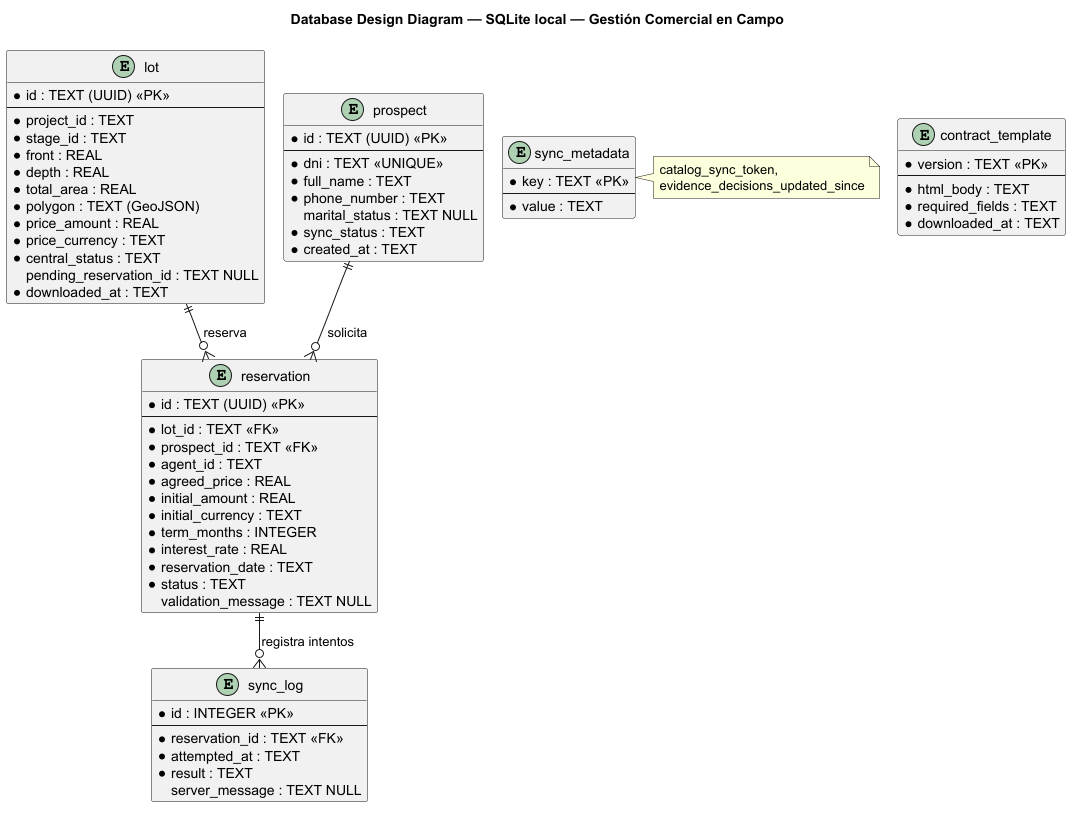
This is assets/cap2/BC-Gestion-Comercial-en-Campo-Database-Design.png from 1ACC0238-2620-13981-NovaCorp-InmoNode/InmoNode-Project-Report, a PlantUML export, as it was before one commit.
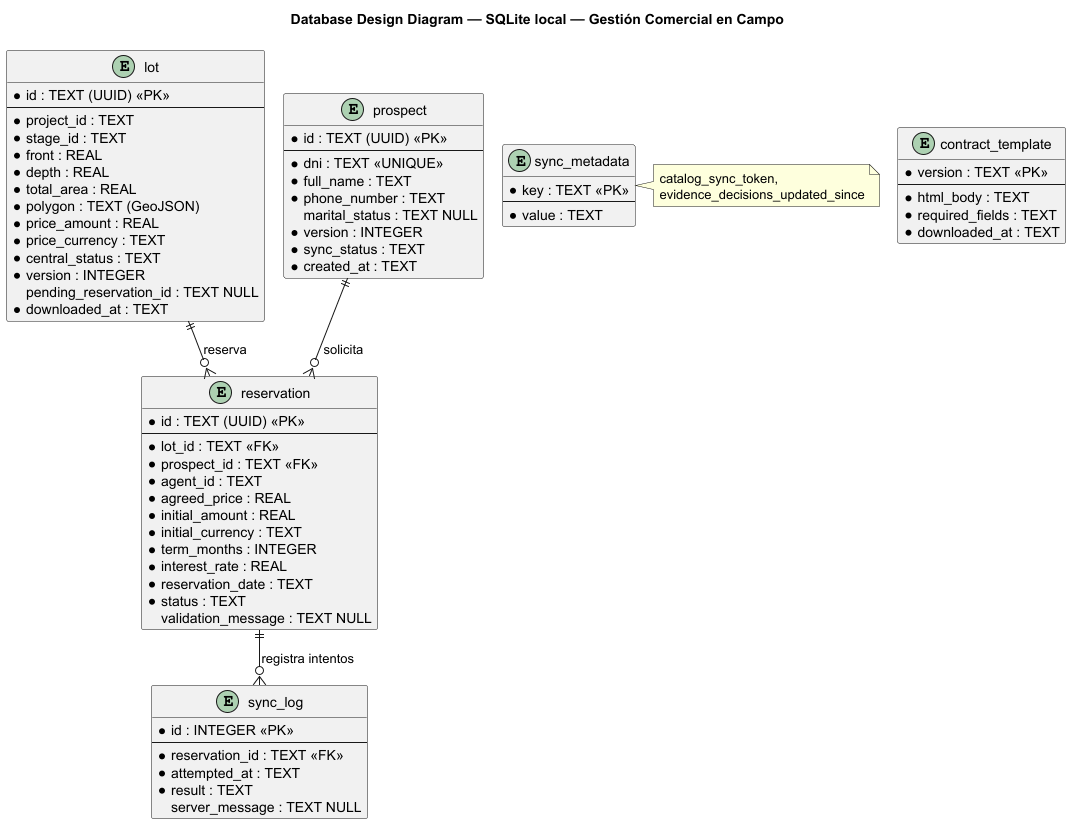
The same file after the commit.

Diff of the diagram source:
```diff
@@ -16,6 +16,7 @@
   * price_amount : REAL
   * price_currency : TEXT
   * central_status : TEXT
+  * version : INTEGER
   pending_reservation_id : TEXT NULL
   * downloaded_at : TEXT
 }
@@ -27,6 +28,7 @@
   * full_name : TEXT
   * phone_number : TEXT
   marital_status : TEXT NULL
+  * version : INTEGER
   * sync_status : TEXT
   * created_at : TEXT
 }
```
